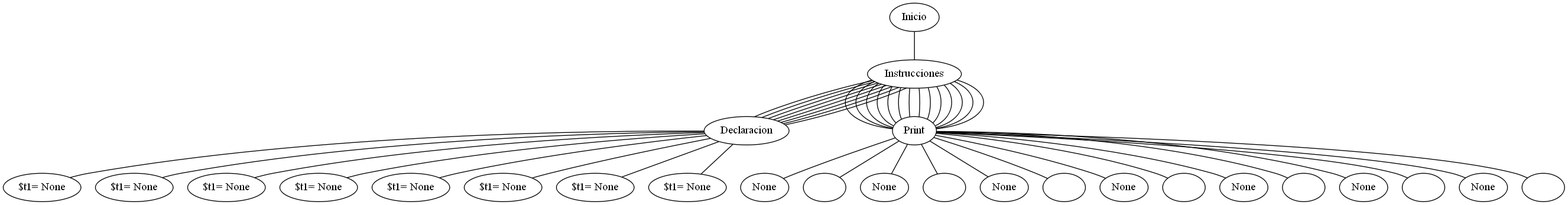
This is src/graph.png from PabloOsuna1997/Proyecto_Augus, a Graphviz export, as it was before one commit. Its source is kept beside it as src/graph.dot.
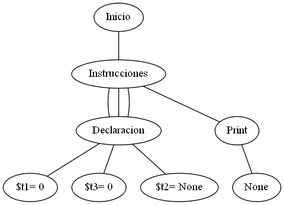
Later version of the same file.

The edit, as a diff of the source:
```diff
@@ -5,89 +5,17 @@
 n001 -- n003;
 n003 [label="Declaracion"] ;
 n003 -- n004;
-n004 [label="$t1= None"] ;
+n004 [label="$t1= 0"] ;
 n001 -- n003;
 n003 [label="Declaracion"] ;
 n003 -- n005;
-n005 [label="$t1= None"] ;
+n005 [label="$t3= 0"] ;
+n001 -- n002;
+n002 [label="Print"] ;
+n002 -- n006;
+n006 [label="None"] ;
 n001 -- n003;
 n003 [label="Declaracion"] ;
-n003 -- n006;
-n006 [label="$t1= None"] ;
-n001 -- n002;
-n002 [label="Print"] ;
-n002 -- n007;
-n007 [label="None"] ;
-n001 -- n002;
-n002 [label="Print"] ;
-n002 -- n008;
-n008 [label="\n"] ;
-n001 -- n002;
-n002 [label="Print"] ;
-n002 -- n009;
-n009 [label="None"] ;
-n001 -- n002;
-n002 [label="Print"] ;
-n002 -- n0010;
-n0010 [label="\n"] ;
-n001 -- n003;
-n003 [label="Declaracion"] ;
-n003 -- n0011;
-n0011 [label="$t1= None"] ;
-n001 -- n002;
-n002 [label="Print"] ;
-n002 -- n0012;
-n0012 [label="None"] ;
-n001 -- n002;
-n002 [label="Print"] ;
-n002 -- n0013;
-n0013 [label="\n"] ;
-n001 -- n003;
-n003 [label="Declaracion"] ;
-n003 -- n0014;
-n0014 [label="$t1= None"] ;
-n001 -- n002;
-n002 [label="Print"] ;
-n002 -- n0015;
-n0015 [label="None"] ;
-n001 -- n002;
-n002 [label="Print"] ;
-n002 -- n0016;
-n0016 [label="\n"] ;
-n001 -- n003;
-n003 [label="Declaracion"] ;
-n003 -- n0017;
-n0017 [label="$t1= None"] ;
-n001 -- n002;
-n002 [label="Print"] ;
-n002 -- n0018;
-n0018 [label="None"] ;
-n001 -- n002;
-n002 [label="Print"] ;
-n002 -- n0019;
-n0019 [label="\n"] ;
-n001 -- n003;
-n003 [label="Declaracion"] ;
-n003 -- n0020;
-n0020 [label="$t1= None"] ;
-n001 -- n002;
-n002 [label="Print"] ;
-n002 -- n0021;
-n0021 [label="None"] ;
-n001 -- n002;
-n002 [label="Print"] ;
-n002 -- n0022;
-n0022 [label="\n"] ;
-n001 -- n003;
-n003 [label="Declaracion"] ;
-n003 -- n0023;
-n0023 [label="$t1= None"] ;
-n001 -- n002;
-n002 [label="Print"] ;
-n002 -- n0024;
-n0024 [label="None"] ;
-n001 -- n002;
-n002 [label="Print"] ;
-n002 -- n0025;
-n0025 [label="\n"] ;
+n003 -- n007;
+n007 [label="$t2= None"] ;
 }
```
